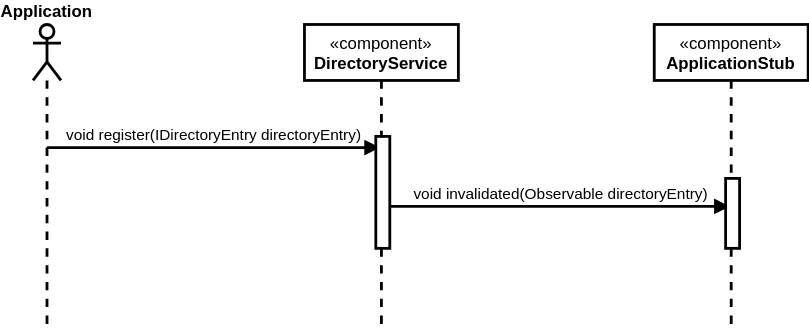
HaniAlshikh/tron keeps this draw.io diagram as docs/middleware/diagrams/UC01AnnounceServiceSequenceDiagramLevel1.drawio.svg. Above is the earlier version. Source tidied: cells renumbered, new cells last; positions are measured from the earlier drawing's top-left corner, leaving out a move shared by most shapes.
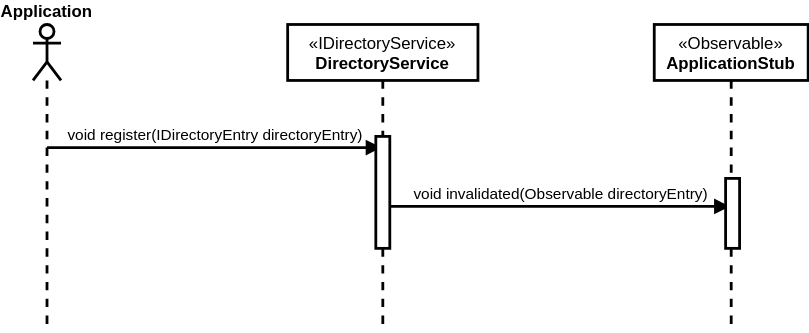
After the commit.

Commit message:
Docs: Runtime View Level diagrams interfaces

Change to the diagram source:
```diff
@@ -2,8 +2,8 @@
   <root>
     <mxCell id="0" />
     <mxCell id="1" parent="0" />
-    <mxCell id="2" value="&lt;span&gt;«component»&lt;br&gt;&lt;b&gt;DirectoryService&lt;/b&gt;&lt;br&gt;&lt;/span&gt;" style="shape=umlLifeline;perimeter=lifelinePerimeter;whiteSpace=wrap;html=1;outlineConnect=0;strokeWidth=2;verticalAlign=top;" parent="1" vertex="1">
-      <mxGeometry x="194" width="110" height="220" as="geometry" />
+    <mxCell id="2" value="&lt;span&gt;«IDirectoryService»&lt;br&gt;&lt;b&gt;DirectoryService&lt;/b&gt;&lt;br&gt;&lt;/span&gt;" style="shape=umlLifeline;perimeter=lifelinePerimeter;whiteSpace=wrap;html=1;outlineConnect=0;strokeWidth=2;verticalAlign=top;" parent="1" vertex="1">
+      <mxGeometry x="182" width="136" height="220" as="geometry" />
     </mxCell>
     <mxCell id="3" value="&lt;b&gt;Application&lt;/b&gt;" style="shape=umlLifeline;participant=umlActor;perimeter=lifelinePerimeter;whiteSpace=wrap;html=1;verticalAlign=bottom;spacingTop=36;strokeWidth=2;labelPosition=center;verticalLabelPosition=top;align=center;" parent="1" vertex="1">
       <mxGeometry width="20" height="220" as="geometry" />
@@ -26,7 +26,7 @@
     <mxCell id="7" style="html=1;perimeter=orthogonalPerimeter;strokeWidth=2;verticalAlign=top;" parent="1" vertex="1">
       <mxGeometry x="245" y="80" width="10" height="80" as="geometry" />
     </mxCell>
-    <mxCell id="8" value="&lt;span&gt;«component»&lt;br&gt;&lt;b&gt;ApplicationStub&lt;/b&gt;&lt;br&gt;&lt;/span&gt;" style="shape=umlLifeline;perimeter=lifelinePerimeter;whiteSpace=wrap;html=1;outlineConnect=0;strokeWidth=2;verticalAlign=top;" parent="1" vertex="1">
+    <mxCell id="8" value="&lt;span&gt;«Observable»&lt;br&gt;&lt;b&gt;ApplicationStub&lt;/b&gt;&lt;br&gt;&lt;/span&gt;" style="shape=umlLifeline;perimeter=lifelinePerimeter;whiteSpace=wrap;html=1;outlineConnect=0;strokeWidth=2;verticalAlign=top;" parent="1" vertex="1">
       <mxGeometry x="444" width="110" height="220" as="geometry" />
     </mxCell>
     <mxCell id="9" style="html=1;perimeter=orthogonalPerimeter;strokeWidth=2;verticalAlign=top;" parent="1" vertex="1">
```
